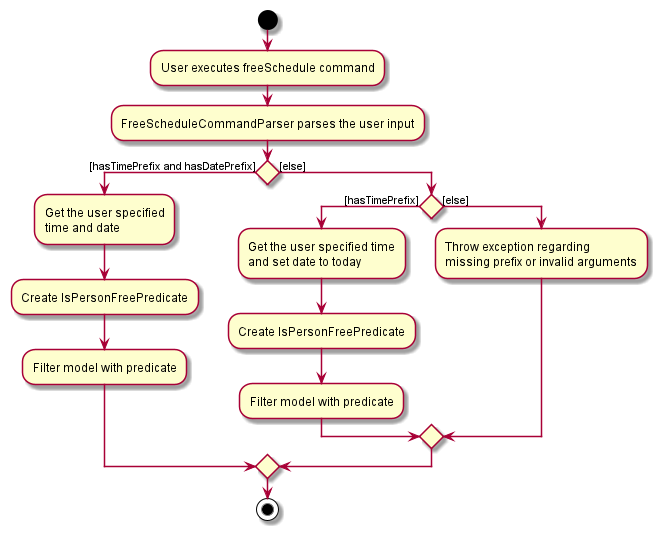
Earlier version of the PlantUML export docs/images/FreeScheduleActivityDiagram.png (vishandi/tp). Source of this version:
```plantuml
@startuml
start
:User executes freeSchedule command;

:FreeScheduleCommandParser parses the user input;

if () then ([hasTimePrefix and hasDatePrefix])
    :Get the user specified
    time and date;
    :Create IsPersonFreePredicate;
    :Filter model with predicate;
else ([else])
    if () then ([hasTimePrefix])
    :Get the user specified time
    and set date to today;
    :Create IsPersonFreePredicate;
    :Filter model with predicate;
    else ([else])
    :Throw exception regarding
    missing prefix or invalid arguments;
    endif
endif
stop
@enduml
```
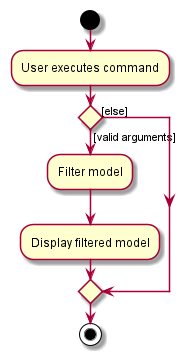
Later version of the same file.

Commit message:
Modify freeSchedule activity diagram to be more abstract

Diff of the diagram source:
```diff
@@ -1,24 +1,12 @@
 @startuml
 start
-:User executes freeSchedule command;
+:User executes command;
 
-:FreeScheduleCommandParser parses the user input;
+if () then ([valid arguments])
+    :Filter model;
+    :Display filtered model;
+else ([else])
 
-if () then ([hasTimePrefix and hasDatePrefix])
-    :Get the user specified
-    time and date;
-    :Create IsPersonFreePredicate;
-    :Filter model with predicate;
-else ([else])
-    if () then ([hasTimePrefix])
-    :Get the user specified time
-    and set date to today;
-    :Create IsPersonFreePredicate;
-    :Filter model with predicate;
-    else ([else])
-    :Throw exception regarding
-    missing prefix or invalid arguments;
-    endif
 endif
 stop
 @enduml
```
